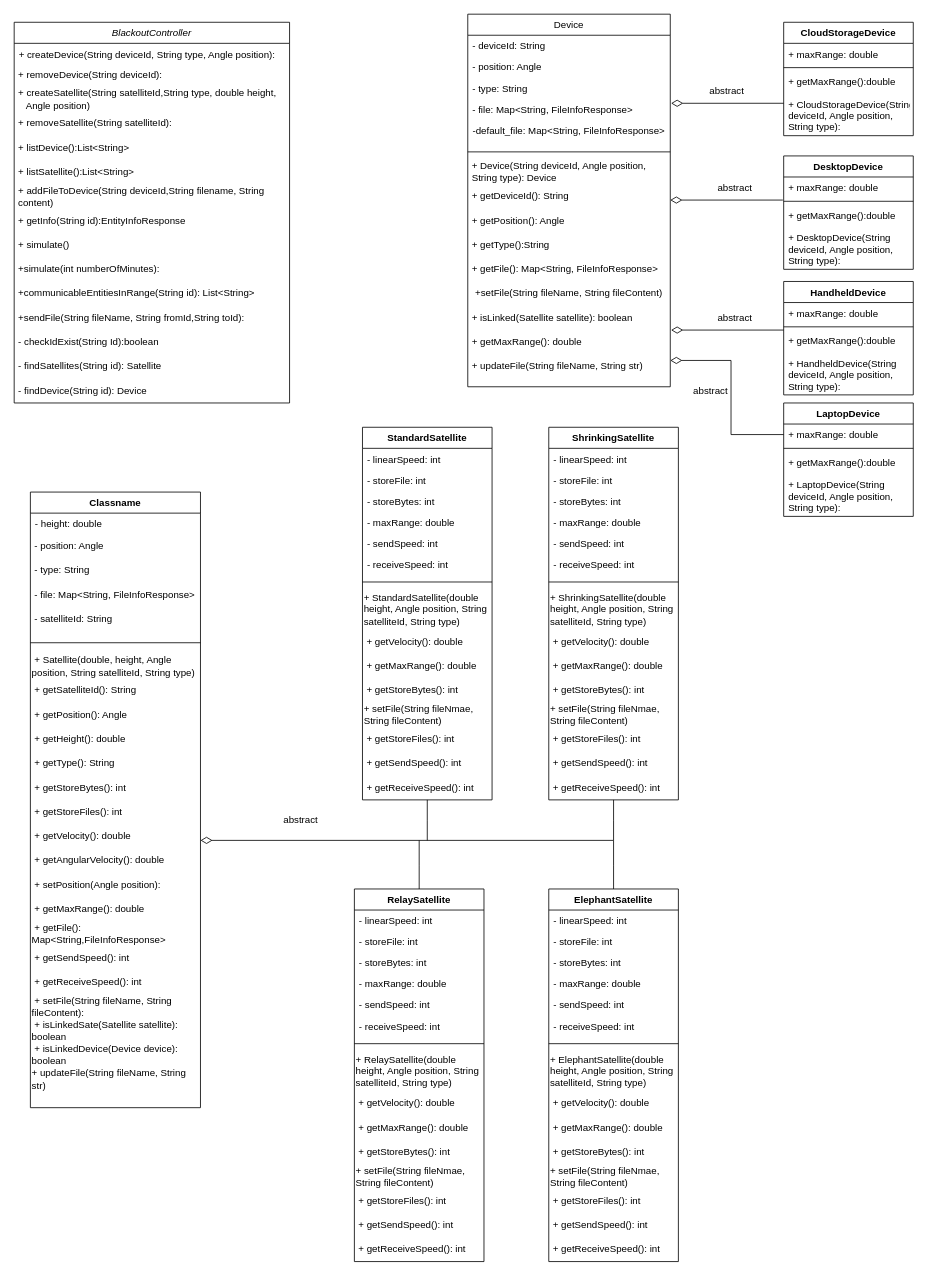
BegSimonIner/comp2511 keeps this draw.io diagram as Untitled Diagram.drawio. Above is the earlier version. Source tidied: cells renumbered, new cells numbered last; positions are measured from the earlier drawing's top-left corner, leaving out a move shared by most shapes. Both pictures are drawn from the tidied source at 81%, with x=0, y=0 at pixel (14, 14).
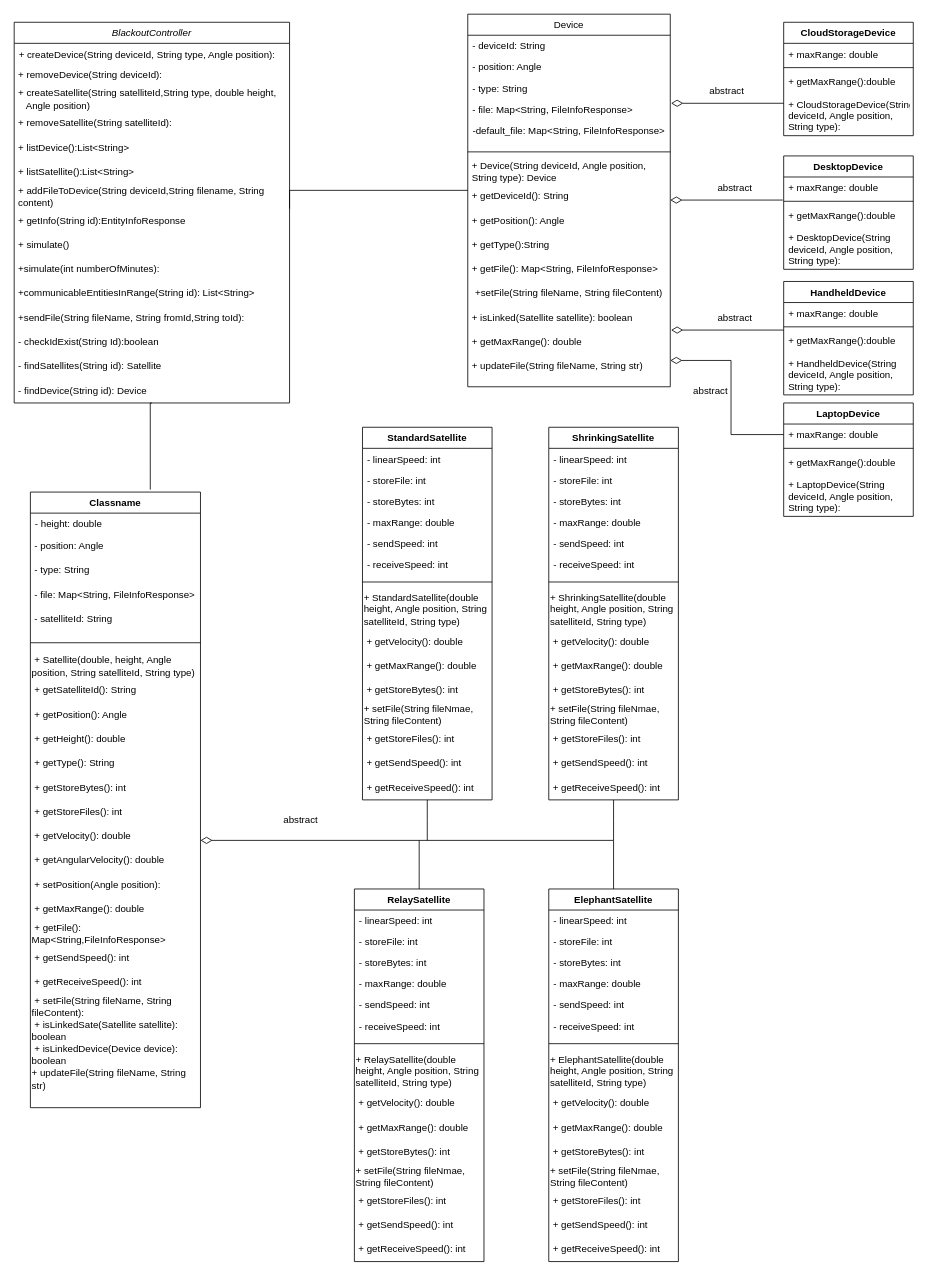
After the change.

Unchanged cells that the change refers to:
```xml
<mxCell id="10" value="&amp;nbsp;+ getInfo(String id):EntityInfoResponse" style="text;html=1;strokeColor=none;fillColor=none;align=left;verticalAlign=middle;whiteSpace=wrap;rounded=0;" parent="2" vertex="1">
  <mxGeometry y="230" width="340" height="30" as="geometry" />
</mxCell>
<mxCell id="17" value="&amp;nbsp;- findDevice(String id): Device" style="text;html=1;strokeColor=none;fillColor=none;align=left;verticalAlign=middle;whiteSpace=wrap;rounded=0;" parent="2" vertex="1">
  <mxGeometry y="440" width="340" height="30" as="geometry" />
</mxCell>
<mxCell id="26" value="&amp;nbsp;+ getDeviceId(): String" style="text;html=1;strokeColor=none;fillColor=none;align=left;verticalAlign=middle;whiteSpace=wrap;rounded=0;" parent="18" vertex="1">
  <mxGeometry y="210" width="250" height="30" as="geometry" />
</mxCell>
<mxCell id="58" value="Classname" style="swimlane;fontStyle=1;align=center;verticalAlign=top;horizontal=1;startSize=26;" parent="1" vertex="1">
  <mxGeometry x="20" y="590" width="210" height="760" as="geometry" />
</mxCell>
```

The edit, as a diff of the source:
```diff
@@
+    <mxCell id="154" style="edgeStyle=orthogonalEdgeStyle;rounded=0;jettySize=auto;html=1;exitX=1;exitY=0;exitDx=0;exitDy=0;entryX=0;entryY=0.25;entryDx=0;entryDy=0;endArrow=none;endFill=0;endSize=12;strokeWidth=1;" parent="1" edge="1" source="10" target="26">
+      <mxGeometry relative="1" as="geometry" />
+    </mxCell>
+    <mxCell id="155" style="edgeStyle=orthogonalEdgeStyle;rounded=0;jettySize=auto;html=1;exitX=0.5;exitY=1;exitDx=0;exitDy=0;entryX=0.705;entryY=-0.004;entryDx=0;entryDy=0;entryPerimeter=0;endArrow=none;endFill=0;endSize=12;strokeWidth=1;" parent="1" edge="1" source="17" target="58">
+      <mxGeometry relative="1" as="geometry">
+        <Array as="points">
+          <mxPoint x="168" y="480" />
+        </Array>
+      </mxGeometry>
+    </mxCell>
```
